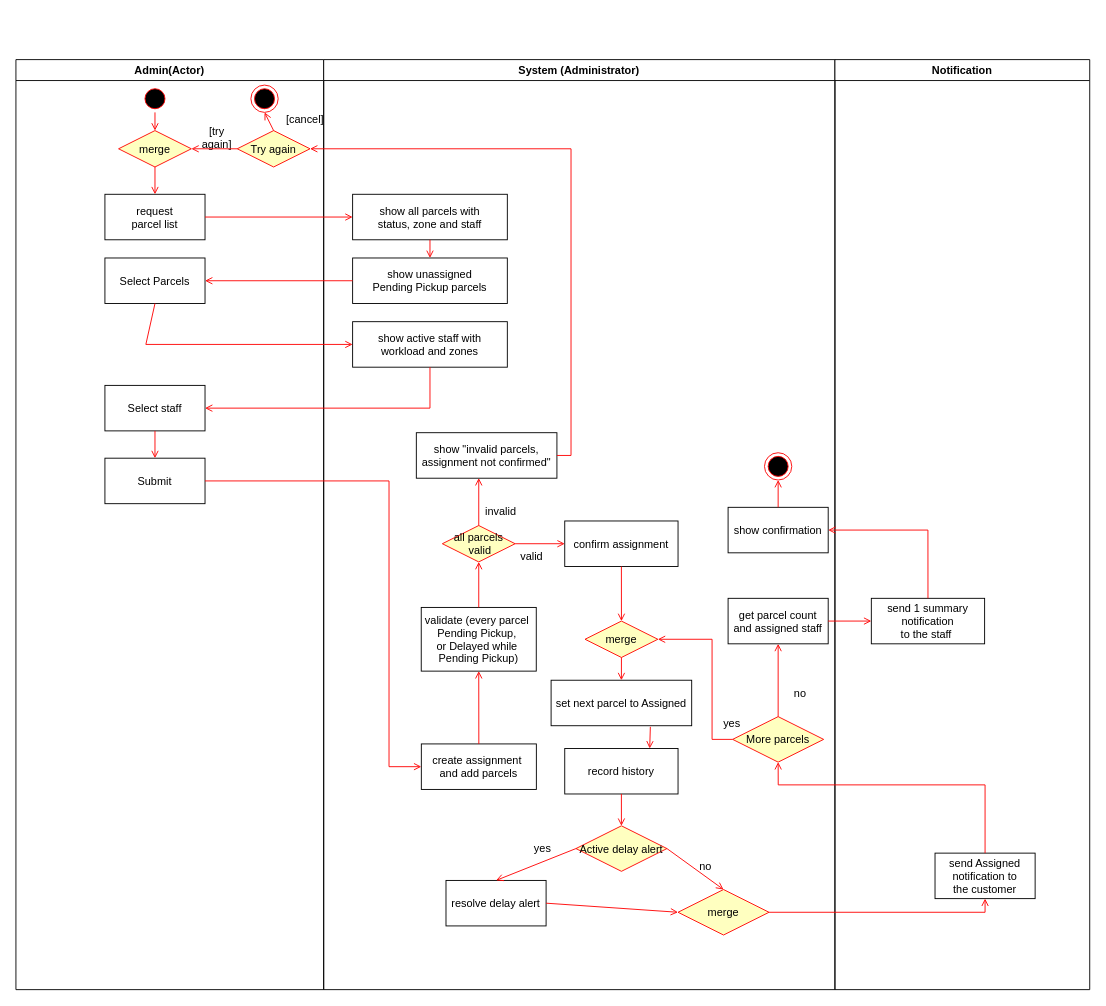
The draw.io diagram Project/Behavioral_Modeling/Activity_Diagrams/AD_UC-09_Assign_Parcels_to_Field_Staff.drawio in COE420-Team10-F26/Courier_parcel_tracking_system, before the edit. Source tidied: cells renumbered, new cells numbered last; positions are measured from the earlier drawing's top-left corner, leaving out a move shared by most shapes. Both pictures are drawn from the tidied source at 91%, with x=0, y=0 at pixel (15, 59).
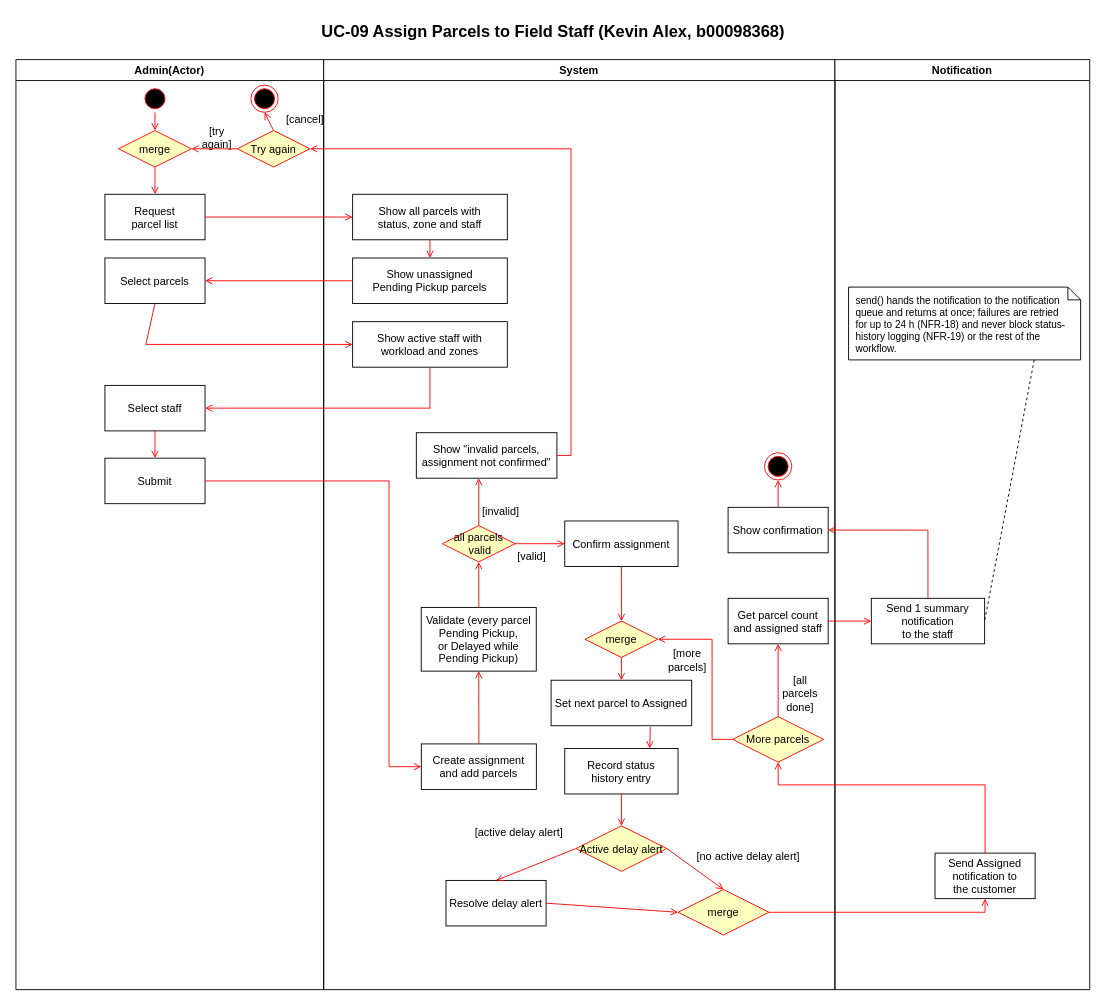
After the change.

Commit message (it also covers changes not shown here):
Lab 7: fix UC-09 activity diagram from review (title, PDF, bracketed guards, notification note, lane and action names) and update its answers

The change refers to these unchanged cells:
```xml
<mxCell id="2" value="Admin(Actor)" style="swimlane;whiteSpace=wrap;startSize=23;" parent="1" vertex="1">
  <mxGeometry width="338.2" height="1022" as="geometry" />
</mxCell>
<mxCell id="48" value="Notification" style="swimlane;whiteSpace=wrap;" parent="1" vertex="1">
  <mxGeometry x="900" width="280" height="1022" as="geometry" />
</mxCell>
```

What changed in the source:
```diff
@@
-    <mxCell id="4" value="request&#10;parcel list" parent="2" vertex="1">
+    <mxCell id="4" value="Request&#10;parcel list" parent="2" vertex="1">
       <mxGeometry x="97.8" y="148" width="110" height="50" as="geometry" />
     </mxCell>
-    <mxCell id="5" value="Select Parcels" parent="2" vertex="1">
+    <mxCell id="5" value="Select parcels" parent="2" vertex="1">
       <mxGeometry x="97.8" y="218" width="110" height="50" as="geometry" />
     </mxCell>
@@
-    <mxCell id="12" value="System (Administrator)" style="swimlane;whiteSpace=wrap;startSize=23;" parent="1" vertex="1">
+    <mxCell id="12" value="System" style="swimlane;whiteSpace=wrap;startSize=23;" parent="1" vertex="1">
       <mxGeometry x="338.2" width="561.8" height="1022" as="geometry" />
     </mxCell>
-    <mxCell id="13" value="show unassigned&#10;Pending Pickup parcels" parent="12" vertex="1">
+    <mxCell id="13" value="Show unassigned&#10;Pending Pickup parcels" parent="12" vertex="1">
       <mxGeometry x="31.8" y="218" width="170" height="50" as="geometry" />
     </mxCell>
-    <mxCell id="14" value="show active staff with&#10;workload and zones" parent="12" vertex="1">
+    <mxCell id="14" value="Show active staff with&#10;workload and zones" parent="12" vertex="1">
       <mxGeometry x="31.8" y="288" width="170" height="50" as="geometry" />
     </mxCell>
-    <mxCell id="15" value="create assignment &#10;and add parcels" parent="12" vertex="1">
+    <mxCell id="15" value="Create assignment&#10;and add parcels" parent="12" vertex="1">
       <mxGeometry x="107.3" y="752" width="126.4" height="50" as="geometry" />
     </mxCell>
-    <mxCell id="16" value="validate (every parcel &#10;Pending Pickup, &#10;or Delayed while &#10;Pending Pickup)" parent="12" vertex="1">
+    <mxCell id="16" value="Validate (every parcel&#10;Pending Pickup,&#10;or Delayed while&#10;Pending Pickup)" parent="12" vertex="1">
       <mxGeometry x="107.2" y="602" width="126.4" height="70" as="geometry" />
     </mxCell>
@@
-    <mxCell id="20" value="invalid" style="text;html=1;whiteSpace=wrap;strokeColor=none;fillColor=none;align=center;verticalAlign=middle;rounded=0;" parent="12" vertex="1">
+    <mxCell id="20" value="[invalid]" style="text;html=1;whiteSpace=wrap;strokeColor=none;fillColor=none;align=center;verticalAlign=middle;rounded=0;" parent="12" vertex="1">
       <mxGeometry x="164.9" y="482" width="60" height="30" as="geometry" />
     </mxCell>
-    <mxCell id="21" value="valid" style="text;html=1;whiteSpace=wrap;strokeColor=none;fillColor=none;align=center;verticalAlign=middle;rounded=0;" parent="12" vertex="1">
+    <mxCell id="21" value="[valid]" style="text;html=1;whiteSpace=wrap;strokeColor=none;fillColor=none;align=center;verticalAlign=middle;rounded=0;" parent="12" vertex="1">
       <mxGeometry x="199.1" y="531" width="60" height="30" as="geometry" />
     </mxCell>
-    <mxCell id="22" value="confirm assignment" parent="12" vertex="1">
+    <mxCell id="22" value="Confirm assignment" parent="12" vertex="1">
       <mxGeometry x="264.9" y="507" width="124.5" height="50" as="geometry" />
     </mxCell>
@@
-    <mxCell id="25" value="set next parcel to Assigned" parent="12" vertex="1">
+    <mxCell id="25" value="Set next parcel to Assigned" parent="12" vertex="1">
       <mxGeometry x="249.9" y="682" width="154.5" height="50" as="geometry" />
     </mxCell>
@@
-    <mxCell id="27" value="record history" parent="12" vertex="1">
+    <mxCell id="27" value="Record status&#10;history entry" parent="12" vertex="1">
       <mxGeometry x="264.9" y="757" width="124.5" height="50" as="geometry" />
     </mxCell>
@@
-    <mxCell id="31" value="resolve delay alert" parent="12" vertex="1">
+    <mxCell id="31" value="Resolve delay alert" parent="12" vertex="1">
       <mxGeometry x="134.4" y="902" width="110" height="50" as="geometry" />
     </mxCell>
@@
-    <mxCell id="33" value="yes" style="text;html=1;whiteSpace=wrap;strokeColor=none;fillColor=none;align=center;verticalAlign=middle;rounded=0;" parent="12" vertex="1">
-      <mxGeometry x="210.4" y="852" width="60" height="30" as="geometry" />
+    <mxCell id="33" value="[active delay alert]" style="text;html=1;whiteSpace=wrap;strokeColor=none;fillColor=none;align=center;verticalAlign=middle;rounded=0;" parent="12" vertex="1">
+      <mxGeometry x="150" y="840" width="130" height="20" as="geometry" />
     </mxCell>
@@
-    <mxCell id="36" value="no" style="text;html=1;whiteSpace=wrap;strokeColor=none;fillColor=none;align=center;verticalAlign=middle;rounded=0;" parent="12" vertex="1">
-      <mxGeometry x="389.4" y="872" width="60" height="30" as="geometry" />
+    <mxCell id="36" value="[no active delay alert]" style="text;html=1;whiteSpace=wrap;strokeColor=none;fillColor=none;align=center;verticalAlign=middle;rounded=0;" parent="12" vertex="1">
+      <mxGeometry x="392" y="866" width="150" height="20" as="geometry" />
     </mxCell>
@@
-    <mxCell id="39" value="yes" style="text;html=1;whiteSpace=wrap;strokeColor=none;fillColor=none;align=center;verticalAlign=middle;rounded=0;" parent="12" vertex="1">
-      <mxGeometry x="428.8" y="720" width="40" height="20" as="geometry" />
+    <mxCell id="39" value="[more&lt;br&gt;parcels]" style="text;html=1;whiteSpace=wrap;strokeColor=none;fillColor=none;align=center;verticalAlign=middle;rounded=0;" parent="12" vertex="1">
+      <mxGeometry x="372" y="645" width="56" height="30" as="geometry" />
     </mxCell>
@@
-    <mxCell id="41" value=" show &quot;invalid parcels, &#10;assignment not confirmed&quot;" parent="12" vertex="1">
+    <mxCell id="41" value="Show &quot;invalid parcels,&#10;assignment not confirmed&quot;" parent="12" vertex="1">
       <mxGeometry x="101.8" y="410" width="154.5" height="50" as="geometry" />
     </mxCell>
@@
-    <mxCell id="43" value="show confirmation" parent="12" vertex="1">
+    <mxCell id="43" value="Show confirmation" parent="12" vertex="1">
       <mxGeometry x="444.4" y="492" width="110" height="50" as="geometry" />
     </mxCell>
-    <mxCell id="44" value="no" style="text;html=1;whiteSpace=wrap;strokeColor=none;fillColor=none;align=center;verticalAlign=middle;rounded=0;" parent="12" vertex="1">
+    <mxCell id="44" value="[all parcels done]" style="text;html=1;whiteSpace=wrap;strokeColor=none;fillColor=none;align=center;verticalAlign=middle;rounded=0;" parent="12" vertex="1">
       <mxGeometry x="503.8" y="687" width="40" height="20" as="geometry" />
     </mxCell>
-    <mxCell id="45" value="show all parcels with&#10;status, zone and staff" parent="12" vertex="1">
+    <mxCell id="45" value="Show all parcels with&#10;status, zone and staff" parent="12" vertex="1">
       <mxGeometry x="31.8" y="148" width="170" height="50" as="geometry" />
     </mxCell>
-    <mxCell id="46" value="get parcel count&#10;and assigned staff" parent="12" vertex="1">
+    <mxCell id="46" value="Get parcel count&#10;and assigned staff" parent="12" vertex="1">
       <mxGeometry x="444.4" y="592" width="110" height="50" as="geometry" />
     </mxCell>
@@
-    <mxCell id="49" value="send Assigned&#10; notification to &#10;the customer" parent="48" vertex="1">
+    <mxCell id="49" value="Send Assigned&#10;notification to&#10;the customer" parent="48" vertex="1">
       <mxGeometry x="110" y="872" width="110" height="50" as="geometry" />
     </mxCell>
-    <mxCell id="50" value="send 1 summary&#10; notification &#10;to the staff " parent="48" vertex="1">
+    <mxCell id="50" value="Send 1 summary&#10;notification&#10;to the staff" parent="48" vertex="1">
       <mxGeometry x="40" y="592" width="124.5" height="50" as="geometry" />
     </mxCell>
@@
+    <mxCell id="71" value="UC-09 Assign Parcels to Field Staff (Kevin Alex, b00098368)" style="text;html=1;align=center;verticalAlign=middle;fontSize=18;fontStyle=1;" parent="1" vertex="1">
+      <mxGeometry y="-48" width="1180" height="36" as="geometry" />
+    </mxCell>
+    <mxCell id="72" value="send() hands the notification to the notification queue and returns at once; failures are retried for up to 24 h (NFR-18) and never block status-history logging (NFR-19) or the rest of the workflow." style="shape=note;whiteSpace=wrap;html=1;size=14;align=left;verticalAlign=top;spacingLeft=6;spacingRight=14;spacingTop=2;fontSize=11;" parent="48" vertex="1">
+      <mxGeometry x="15" y="250" width="255" height="80" as="geometry" />
+    </mxCell>
+    <mxCell id="73" style="endArrow=none;dashed=1;html=1;exitX=0.8;exitY=1;exitDx=0;exitDy=0;entryX=1;entryY=0.5;entryDx=0;entryDy=0;" parent="1" edge="1" source="72" target="50">
+      <mxGeometry relative="1" as="geometry" />
+    </mxCell>
```
